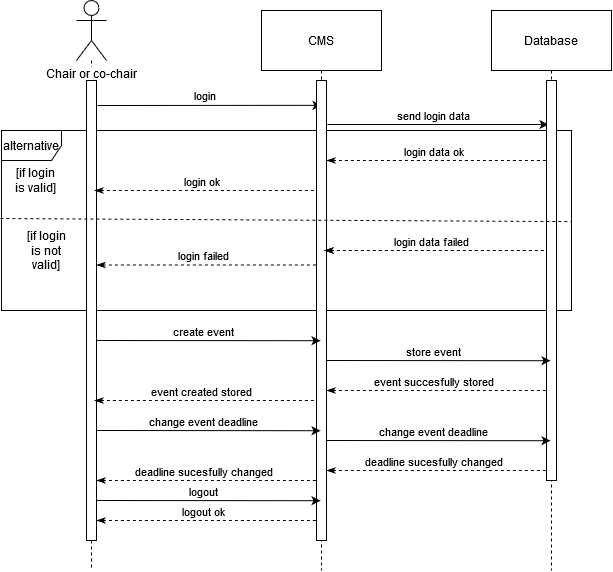
Earlier version of the draw.io export Sequence diagrams/Chair co-chair sequence diagram.png (DobosP/stackoverflow). Source tidied: cells renumbered, new cells last; positions are measured from the earlier drawing's top-left corner, leaving out a move shared by most shapes. Source of this version:
```xml
<mxGraphModel background="#ffffff">
  <root>
    <mxCell id="0" />
    <mxCell id="1" parent="0" />
    <mxCell id="2" style="edgeStyle=orthogonalEdgeStyle;rounded=0;jettySize=auto;html=1;dashed=1;endArrow=none;endFill=0;" parent="1" edge="1" source="3">
      <mxGeometry relative="1" as="geometry">
        <mxPoint x="90" y="570" as="targetPoint" />
      </mxGeometry>
    </mxCell>
    <mxCell id="3" value="Chair or co-chair" style="shape=umlActor;verticalLabelPosition=bottom;labelBackgroundColor=#ffffff;verticalAlign=top;html=1;outlineConnect=0;" parent="1" vertex="1">
      <mxGeometry x="75" width="30" height="60" as="geometry" />
    </mxCell>
    <mxCell id="4" style="edgeStyle=orthogonalEdgeStyle;rounded=0;jettySize=auto;html=1;endArrow=none;endFill=0;dashed=1;" parent="1" edge="1" source="5">
      <mxGeometry relative="1" as="geometry">
        <mxPoint x="320" y="570" as="targetPoint" />
      </mxGeometry>
    </mxCell>
    <mxCell id="5" value="CMS" style="rounded=0;whiteSpace=wrap;html=1;" parent="1" vertex="1">
      <mxGeometry x="260" y="10" width="120" height="60" as="geometry" />
    </mxCell>
    <mxCell id="6" style="edgeStyle=orthogonalEdgeStyle;rounded=0;jettySize=auto;html=1;dashed=1;endArrow=none;endFill=0;" parent="1" edge="1" source="7">
      <mxGeometry relative="1" as="geometry">
        <mxPoint x="550" y="570" as="targetPoint" />
      </mxGeometry>
    </mxCell>
    <mxCell id="7" value="Database" style="rounded=0;whiteSpace=wrap;html=1;" parent="1" vertex="1">
      <mxGeometry x="490" y="10" width="120" height="60" as="geometry" />
    </mxCell>
    <mxCell id="8" style="endArrow=classic;html=1;entryX=0.5;entryY=0.054;entryDx=0;entryDy=0;entryPerimeter=0;" parent="1" edge="1" target="14">
      <mxGeometry relative="1" as="geometry">
        <mxPoint x="96" y="105" as="sourcePoint" />
      </mxGeometry>
    </mxCell>
    <mxCell id="9" value="login" style="edgeLabel;html=1;align=center;verticalAlign=middle;" parent="8" vertex="1">
      <mxGeometry x="0.11" relative="1" as="geometry">
        <mxPoint x="-18" y="-10" as="offset" />
      </mxGeometry>
    </mxCell>
    <mxCell id="10" style="endArrow=classic;html=1;" parent="1" edge="1">
      <mxGeometry relative="1" as="geometry">
        <mxPoint x="326" y="124" as="sourcePoint" />
        <mxPoint x="547" y="124" as="targetPoint" />
      </mxGeometry>
    </mxCell>
    <mxCell id="11" value="send login data" style="edgeLabel;html=1;align=center;verticalAlign=middle;" parent="10" vertex="1">
      <mxGeometry x="0.11" relative="1" as="geometry">
        <mxPoint x="-18" y="-10" as="offset" />
      </mxGeometry>
    </mxCell>
    <mxCell id="12" value="alternative" style="shape=umlFrame;whiteSpace=wrap;html=1;" parent="1" vertex="1">
      <mxGeometry y="130" width="570" height="180" as="geometry" />
    </mxCell>
    <mxCell id="13" style="html=1;perimeter=orthogonalPerimeter;rounded=0;shadow=0;comic=0;labelBackgroundColor=none;strokeWidth=1;fontFamily=Verdana;fontSize=12;align=center;" parent="1" vertex="1">
      <mxGeometry x="85" y="80" width="10" height="460" as="geometry" />
    </mxCell>
    <mxCell id="14" style="html=1;points=[];perimeter=orthogonalPerimeter;rounded=0;shadow=0;comic=0;labelBackgroundColor=none;strokeWidth=1;fontFamily=Verdana;fontSize=12;align=center;" parent="1" vertex="1">
      <mxGeometry x="315" y="80" width="10" height="460" as="geometry" />
    </mxCell>
    <mxCell id="15" style="html=1;perimeter=orthogonalPerimeter;rounded=0;shadow=0;comic=0;labelBackgroundColor=none;strokeWidth=1;fontFamily=Verdana;fontSize=12;align=center;" parent="1" vertex="1">
      <mxGeometry x="545" y="80" width="10" height="400" as="geometry" />
    </mxCell>
    <mxCell id="16" style="endArrow=none;html=1;exitX=-0.002;exitY=0.489;exitDx=0;exitDy=0;exitPerimeter=0;dashed=1;entryX=1;entryY=0.506;entryDx=0;entryDy=0;entryPerimeter=0;" parent="1" edge="1" source="12" target="12">
      <mxGeometry relative="1" as="geometry" />
    </mxCell>
    <mxCell id="17" style="endArrow=none;html=1;entryX=0.2;entryY=0.103;entryDx=0;entryDy=0;entryPerimeter=0;exitX=1;exitY=0.103;exitDx=0;exitDy=0;exitPerimeter=0;startArrow=classicThin;startFill=1;endFill=0;dashed=1;" parent="1" edge="1">
      <mxGeometry relative="1" as="geometry">
        <mxPoint x="325" y="160" as="sourcePoint" />
        <mxPoint x="547" y="160" as="targetPoint" />
      </mxGeometry>
    </mxCell>
    <mxCell id="18" value="login data ok" style="edgeLabel;html=1;align=center;verticalAlign=middle;" parent="17" vertex="1">
      <mxGeometry x="0.11" relative="1" as="geometry">
        <mxPoint x="-18" y="-10" as="offset" />
      </mxGeometry>
    </mxCell>
    <mxCell id="19" style="endArrow=none;html=1;entryX=0.2;entryY=0.103;entryDx=0;entryDy=0;entryPerimeter=0;exitX=1;exitY=0.103;exitDx=0;exitDy=0;exitPerimeter=0;startArrow=classicThin;startFill=1;endFill=0;dashed=1;" parent="1" edge="1">
      <mxGeometry relative="1" as="geometry">
        <mxPoint x="93" y="190" as="sourcePoint" />
        <mxPoint x="315" y="190" as="targetPoint" />
      </mxGeometry>
    </mxCell>
    <mxCell id="20" value="login ok" style="edgeLabel;html=1;align=center;verticalAlign=middle;" parent="19" vertex="1">
      <mxGeometry x="0.11" relative="1" as="geometry">
        <mxPoint x="-18" y="-10" as="offset" />
      </mxGeometry>
    </mxCell>
    <mxCell id="21" style="endArrow=none;html=1;entryX=0.2;entryY=0.103;entryDx=0;entryDy=0;entryPerimeter=0;exitX=1;exitY=0.103;exitDx=0;exitDy=0;exitPerimeter=0;startArrow=classicThin;startFill=1;endFill=0;dashed=1;" parent="1" edge="1">
      <mxGeometry relative="1" as="geometry">
        <mxPoint x="323" y="250" as="sourcePoint" />
        <mxPoint x="545" y="250" as="targetPoint" />
      </mxGeometry>
    </mxCell>
    <mxCell id="22" value="login data failed" style="edgeLabel;html=1;align=center;verticalAlign=middle;" parent="21" vertex="1">
      <mxGeometry x="0.11" relative="1" as="geometry">
        <mxPoint x="-18" y="-10" as="offset" />
      </mxGeometry>
    </mxCell>
    <mxCell id="23" style="endArrow=none;html=1;entryX=0.2;entryY=0.103;entryDx=0;entryDy=0;entryPerimeter=0;exitX=1;exitY=0.103;exitDx=0;exitDy=0;exitPerimeter=0;startArrow=classicThin;startFill=1;endFill=0;dashed=1;" parent="1" edge="1">
      <mxGeometry relative="1" as="geometry">
        <mxPoint x="323" y="250" as="sourcePoint" />
        <mxPoint x="545" y="250" as="targetPoint" />
      </mxGeometry>
    </mxCell>
    <mxCell id="24" value="login data failed" style="edgeLabel;html=1;align=center;verticalAlign=middle;" parent="23" vertex="1">
      <mxGeometry x="0.11" relative="1" as="geometry">
        <mxPoint x="-18" y="-10" as="offset" />
      </mxGeometry>
    </mxCell>
    <mxCell id="25" style="endArrow=none;html=1;entryX=0.2;entryY=0.103;entryDx=0;entryDy=0;entryPerimeter=0;exitX=1;exitY=0.103;exitDx=0;exitDy=0;exitPerimeter=0;startArrow=classicThin;startFill=1;endFill=0;dashed=1;" parent="1" edge="1">
      <mxGeometry relative="1" as="geometry">
        <mxPoint x="95" y="264.5" as="sourcePoint" />
        <mxPoint x="317" y="264.5" as="targetPoint" />
      </mxGeometry>
    </mxCell>
    <mxCell id="26" value="login failed" style="edgeLabel;html=1;align=center;verticalAlign=middle;" parent="25" vertex="1">
      <mxGeometry x="0.11" relative="1" as="geometry">
        <mxPoint x="-18" y="-10" as="offset" />
      </mxGeometry>
    </mxCell>
    <mxCell id="27" value="&lt;div&gt;[if login&lt;/div&gt;&lt;div&gt;is valid]&lt;br&gt;&lt;/div&gt;" style="text;html=1;strokeColor=none;fillColor=none;align=center;verticalAlign=middle;whiteSpace=wrap;rounded=0;" parent="1" vertex="1">
      <mxGeometry x="10" y="170" width="50" height="20" as="geometry" />
    </mxCell>
    <mxCell id="28" value="&lt;div&gt;[if login&lt;/div&gt;&lt;div&gt;is not valid]&lt;br&gt;&lt;/div&gt;" style="text;html=1;strokeColor=none;fillColor=none;align=center;verticalAlign=middle;whiteSpace=wrap;rounded=0;" parent="1" vertex="1">
      <mxGeometry x="20" y="240" width="50" height="20" as="geometry" />
    </mxCell>
    <mxCell id="29" style="endArrow=classic;html=1;entryX=0.5;entryY=0.054;entryDx=0;entryDy=0;entryPerimeter=0;" parent="1" edge="1">
      <mxGeometry relative="1" as="geometry">
        <mxPoint x="95" y="340" as="sourcePoint" />
        <mxPoint x="319" y="340.2" as="targetPoint" />
      </mxGeometry>
    </mxCell>
    <mxCell id="30" value="create event" style="edgeLabel;html=1;align=center;verticalAlign=middle;" parent="29" vertex="1">
      <mxGeometry x="0.11" relative="1" as="geometry">
        <mxPoint x="-18" y="-10" as="offset" />
      </mxGeometry>
    </mxCell>
    <mxCell id="31" style="endArrow=classic;html=1;entryX=0.5;entryY=0.054;entryDx=0;entryDy=0;entryPerimeter=0;" parent="1" edge="1">
      <mxGeometry relative="1" as="geometry">
        <mxPoint x="325" y="360" as="sourcePoint" />
        <mxPoint x="549" y="360.2" as="targetPoint" />
      </mxGeometry>
    </mxCell>
    <mxCell id="32" value="store event" style="edgeLabel;html=1;align=center;verticalAlign=middle;" parent="31" vertex="1">
      <mxGeometry x="0.11" relative="1" as="geometry">
        <mxPoint x="-18" y="-10" as="offset" />
      </mxGeometry>
    </mxCell>
    <mxCell id="33" style="endArrow=classic;html=1;entryX=0.5;entryY=0.054;entryDx=0;entryDy=0;entryPerimeter=0;" parent="1" edge="1">
      <mxGeometry relative="1" as="geometry">
        <mxPoint x="95" y="430" as="sourcePoint" />
        <mxPoint x="319" y="430.2" as="targetPoint" />
      </mxGeometry>
    </mxCell>
    <mxCell id="34" value="change event deadline" style="edgeLabel;html=1;align=center;verticalAlign=middle;" parent="33" vertex="1">
      <mxGeometry x="0.11" relative="1" as="geometry">
        <mxPoint x="-18" y="-10" as="offset" />
      </mxGeometry>
    </mxCell>
    <mxCell id="35" style="endArrow=classic;html=1;entryX=0.5;entryY=0.054;entryDx=0;entryDy=0;entryPerimeter=0;" parent="1" edge="1">
      <mxGeometry relative="1" as="geometry">
        <mxPoint x="325" y="440" as="sourcePoint" />
        <mxPoint x="549" y="440.2" as="targetPoint" />
      </mxGeometry>
    </mxCell>
    <mxCell id="36" value="change event deadline" style="edgeLabel;html=1;align=center;verticalAlign=middle;" parent="35" vertex="1">
      <mxGeometry x="0.11" relative="1" as="geometry">
        <mxPoint x="-18" y="-10" as="offset" />
      </mxGeometry>
    </mxCell>
    <mxCell id="37" style="endArrow=classic;html=1;entryX=0.5;entryY=0.054;entryDx=0;entryDy=0;entryPerimeter=0;" parent="1" edge="1">
      <mxGeometry relative="1" as="geometry">
        <mxPoint x="95" y="500" as="sourcePoint" />
        <mxPoint x="319" y="500.2" as="targetPoint" />
      </mxGeometry>
    </mxCell>
    <mxCell id="38" value="logout" style="edgeLabel;html=1;align=center;verticalAlign=middle;" parent="37" vertex="1">
      <mxGeometry x="0.11" relative="1" as="geometry">
        <mxPoint x="-18" y="-10" as="offset" />
      </mxGeometry>
    </mxCell>
    <mxCell id="39" style="endArrow=none;html=1;entryX=0.2;entryY=0.103;entryDx=0;entryDy=0;entryPerimeter=0;exitX=1;exitY=0.103;exitDx=0;exitDy=0;exitPerimeter=0;startArrow=classicThin;startFill=1;endFill=0;dashed=1;" parent="1" edge="1">
      <mxGeometry relative="1" as="geometry">
        <mxPoint x="325" y="390" as="sourcePoint" />
        <mxPoint x="547" y="390" as="targetPoint" />
      </mxGeometry>
    </mxCell>
    <mxCell id="40" value="event succesfully stored" style="edgeLabel;html=1;align=center;verticalAlign=middle;" parent="39" vertex="1">
      <mxGeometry x="0.11" relative="1" as="geometry">
        <mxPoint x="-18" y="-10" as="offset" />
      </mxGeometry>
    </mxCell>
    <mxCell id="41" style="endArrow=none;html=1;entryX=0.2;entryY=0.103;entryDx=0;entryDy=0;entryPerimeter=0;exitX=1;exitY=0.103;exitDx=0;exitDy=0;exitPerimeter=0;startArrow=classicThin;startFill=1;endFill=0;dashed=1;" parent="1" edge="1">
      <mxGeometry relative="1" as="geometry">
        <mxPoint x="93" y="400" as="sourcePoint" />
        <mxPoint x="315" y="400" as="targetPoint" />
      </mxGeometry>
    </mxCell>
    <mxCell id="42" value="event created stored" style="edgeLabel;html=1;align=center;verticalAlign=middle;" parent="41" vertex="1">
      <mxGeometry x="0.11" relative="1" as="geometry">
        <mxPoint x="-18" y="-10" as="offset" />
      </mxGeometry>
    </mxCell>
    <mxCell id="43" style="endArrow=none;html=1;entryX=0.2;entryY=0.103;entryDx=0;entryDy=0;entryPerimeter=0;exitX=1;exitY=0.103;exitDx=0;exitDy=0;exitPerimeter=0;startArrow=classicThin;startFill=1;endFill=0;dashed=1;" parent="1" edge="1">
      <mxGeometry relative="1" as="geometry">
        <mxPoint x="325" y="470" as="sourcePoint" />
        <mxPoint x="547" y="470" as="targetPoint" />
      </mxGeometry>
    </mxCell>
    <mxCell id="44" value="deadline sucesfully changed" style="edgeLabel;html=1;align=center;verticalAlign=middle;" parent="43" vertex="1">
      <mxGeometry x="0.11" relative="1" as="geometry">
        <mxPoint x="-18" y="-10" as="offset" />
      </mxGeometry>
    </mxCell>
    <mxCell id="45" style="endArrow=none;html=1;entryX=0.2;entryY=0.103;entryDx=0;entryDy=0;entryPerimeter=0;exitX=1;exitY=0.103;exitDx=0;exitDy=0;exitPerimeter=0;startArrow=classicThin;startFill=1;endFill=0;dashed=1;" parent="1" edge="1">
      <mxGeometry relative="1" as="geometry">
        <mxPoint x="95" y="480" as="sourcePoint" />
        <mxPoint x="317" y="480" as="targetPoint" />
      </mxGeometry>
    </mxCell>
    <mxCell id="46" value="deadline sucesfully changed" style="edgeLabel;html=1;align=center;verticalAlign=middle;" parent="45" vertex="1">
      <mxGeometry x="0.11" relative="1" as="geometry">
        <mxPoint x="-18" y="-10" as="offset" />
      </mxGeometry>
    </mxCell>
    <mxCell id="47" style="endArrow=none;html=1;entryX=0.2;entryY=0.103;entryDx=0;entryDy=0;entryPerimeter=0;exitX=1;exitY=0.103;exitDx=0;exitDy=0;exitPerimeter=0;startArrow=classicThin;startFill=1;endFill=0;dashed=1;" parent="1" edge="1">
      <mxGeometry relative="1" as="geometry">
        <mxPoint x="95" y="520" as="sourcePoint" />
        <mxPoint x="317" y="520" as="targetPoint" />
      </mxGeometry>
    </mxCell>
    <mxCell id="48" value="logout ok" style="edgeLabel;html=1;align=center;verticalAlign=middle;" parent="47" vertex="1">
      <mxGeometry x="0.11" relative="1" as="geometry">
        <mxPoint x="-18" y="-10" as="offset" />
      </mxGeometry>
    </mxCell>
  </root>
</mxGraphModel>
```
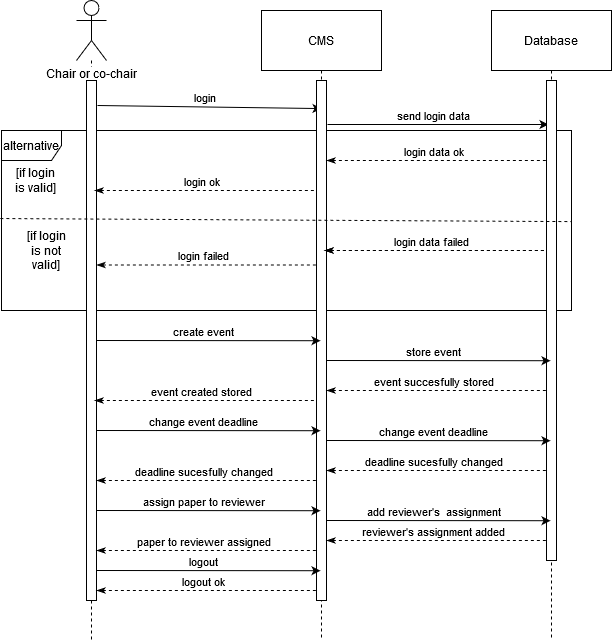
Above is the later version.

Change to the diagram source:
```diff
@@ -4,7 +4,7 @@
     <mxCell id="1" parent="0" />
     <mxCell id="2" style="edgeStyle=orthogonalEdgeStyle;rounded=0;jettySize=auto;html=1;dashed=1;endArrow=none;endFill=0;" parent="1" edge="1" source="3">
       <mxGeometry relative="1" as="geometry">
-        <mxPoint x="90" y="570" as="targetPoint" />
+        <mxPoint x="90" y="640" as="targetPoint" />
       </mxGeometry>
     </mxCell>
     <mxCell id="3" value="Chair or co-chair" style="shape=umlActor;verticalLabelPosition=bottom;labelBackgroundColor=#ffffff;verticalAlign=top;html=1;outlineConnect=0;" parent="1" vertex="1">
@@ -12,7 +12,7 @@
     </mxCell>
     <mxCell id="4" style="edgeStyle=orthogonalEdgeStyle;rounded=0;jettySize=auto;html=1;endArrow=none;endFill=0;dashed=1;" parent="1" edge="1" source="5">
       <mxGeometry relative="1" as="geometry">
-        <mxPoint x="320" y="570" as="targetPoint" />
+        <mxPoint x="320" y="640" as="targetPoint" />
       </mxGeometry>
     </mxCell>
     <mxCell id="5" value="CMS" style="rounded=0;whiteSpace=wrap;html=1;" parent="1" vertex="1">
@@ -20,7 +20,7 @@
     </mxCell>
     <mxCell id="6" style="edgeStyle=orthogonalEdgeStyle;rounded=0;jettySize=auto;html=1;dashed=1;endArrow=none;endFill=0;" parent="1" edge="1" source="7">
       <mxGeometry relative="1" as="geometry">
-        <mxPoint x="550" y="570" as="targetPoint" />
+        <mxPoint x="550" y="640" as="targetPoint" />
       </mxGeometry>
     </mxCell>
     <mxCell id="7" value="Database" style="rounded=0;whiteSpace=wrap;html=1;" parent="1" vertex="1">
@@ -51,13 +51,13 @@
       <mxGeometry y="130" width="570" height="180" as="geometry" />
     </mxCell>
     <mxCell id="13" style="html=1;perimeter=orthogonalPerimeter;rounded=0;shadow=0;comic=0;labelBackgroundColor=none;strokeWidth=1;fontFamily=Verdana;fontSize=12;align=center;" parent="1" vertex="1">
-      <mxGeometry x="85" y="80" width="10" height="460" as="geometry" />
+      <mxGeometry x="85" y="80" width="10" height="520" as="geometry" />
     </mxCell>
     <mxCell id="14" style="html=1;points=[];perimeter=orthogonalPerimeter;rounded=0;shadow=0;comic=0;labelBackgroundColor=none;strokeWidth=1;fontFamily=Verdana;fontSize=12;align=center;" parent="1" vertex="1">
-      <mxGeometry x="315" y="80" width="10" height="460" as="geometry" />
+      <mxGeometry x="315" y="80" width="10" height="520" as="geometry" />
     </mxCell>
     <mxCell id="15" style="html=1;perimeter=orthogonalPerimeter;rounded=0;shadow=0;comic=0;labelBackgroundColor=none;strokeWidth=1;fontFamily=Verdana;fontSize=12;align=center;" parent="1" vertex="1">
-      <mxGeometry x="545" y="80" width="10" height="400" as="geometry" />
+      <mxGeometry x="545" y="80" width="10" height="480" as="geometry" />
     </mxCell>
     <mxCell id="16" style="endArrow=none;html=1;exitX=-0.002;exitY=0.489;exitDx=0;exitDy=0;exitPerimeter=0;dashed=1;entryX=1;entryY=0.506;entryDx=0;entryDy=0;entryPerimeter=0;" parent="1" edge="1" source="12" target="12">
       <mxGeometry relative="1" as="geometry" />
@@ -169,8 +169,8 @@
     </mxCell>
     <mxCell id="37" style="endArrow=classic;html=1;entryX=0.5;entryY=0.054;entryDx=0;entryDy=0;entryPerimeter=0;" parent="1" edge="1">
       <mxGeometry relative="1" as="geometry">
-        <mxPoint x="95" y="500" as="sourcePoint" />
-        <mxPoint x="319" y="500.2" as="targetPoint" />
+        <mxPoint x="95" y="570" as="sourcePoint" />
+        <mxPoint x="319" y="570.2" as="targetPoint" />
       </mxGeometry>
     </mxCell>
     <mxCell id="38" value="logout" style="edgeLabel;html=1;align=center;verticalAlign=middle;" parent="37" vertex="1">
@@ -224,8 +224,8 @@
     </mxCell>
     <mxCell id="47" style="endArrow=none;html=1;entryX=0.2;entryY=0.103;entryDx=0;entryDy=0;entryPerimeter=0;exitX=1;exitY=0.103;exitDx=0;exitDy=0;exitPerimeter=0;startArrow=classicThin;startFill=1;endFill=0;dashed=1;" parent="1" edge="1">
       <mxGeometry relative="1" as="geometry">
-        <mxPoint x="95" y="520" as="sourcePoint" />
-        <mxPoint x="317" y="520" as="targetPoint" />
+        <mxPoint x="95" y="590" as="sourcePoint" />
+        <mxPoint x="317" y="590" as="targetPoint" />
       </mxGeometry>
     </mxCell>
     <mxCell id="48" value="logout ok" style="edgeLabel;html=1;align=center;verticalAlign=middle;" parent="47" vertex="1">
@@ -233,5 +233,49 @@
         <mxPoint x="-18" y="-10" as="offset" />
       </mxGeometry>
     </mxCell>
+    <mxCell id="49" style="endArrow=classic;html=1;entryX=0.5;entryY=0.054;entryDx=0;entryDy=0;entryPerimeter=0;" parent="1" edge="1">
+      <mxGeometry relative="1" as="geometry">
+        <mxPoint x="95" y="510" as="sourcePoint" />
+        <mxPoint x="319" y="510.2" as="targetPoint" />
+      </mxGeometry>
+    </mxCell>
+    <mxCell id="50" value="assign paper to reviewer" style="edgeLabel;html=1;align=center;verticalAlign=middle;" parent="49" vertex="1">
+      <mxGeometry x="0.11" relative="1" as="geometry">
+        <mxPoint x="-18" y="-10" as="offset" />
+      </mxGeometry>
+    </mxCell>
+    <mxCell id="51" style="endArrow=classic;html=1;entryX=0.5;entryY=0.054;entryDx=0;entryDy=0;entryPerimeter=0;" parent="1" edge="1">
+      <mxGeometry relative="1" as="geometry">
+        <mxPoint x="325" y="520" as="sourcePoint" />
+        <mxPoint x="549" y="520.2" as="targetPoint" />
+      </mxGeometry>
+    </mxCell>
+    <mxCell id="52" value="add reviewer's&amp;nbsp; assignment" style="edgeLabel;html=1;align=center;verticalAlign=middle;" parent="51" vertex="1">
+      <mxGeometry x="0.11" relative="1" as="geometry">
+        <mxPoint x="-18" y="-10" as="offset" />
+      </mxGeometry>
+    </mxCell>
+    <mxCell id="53" style="endArrow=none;html=1;entryX=0.2;entryY=0.103;entryDx=0;entryDy=0;entryPerimeter=0;exitX=1;exitY=0.103;exitDx=0;exitDy=0;exitPerimeter=0;startArrow=classicThin;startFill=1;endFill=0;dashed=1;" parent="1" edge="1">
+      <mxGeometry relative="1" as="geometry">
+        <mxPoint x="325" y="540" as="sourcePoint" />
+        <mxPoint x="547" y="540" as="targetPoint" />
+      </mxGeometry>
+    </mxCell>
+    <mxCell id="54" value="reviewer's assignment added" style="edgeLabel;html=1;align=center;verticalAlign=middle;" parent="53" vertex="1">
+      <mxGeometry x="0.11" relative="1" as="geometry">
+        <mxPoint x="-18" y="-10" as="offset" />
+      </mxGeometry>
+    </mxCell>
+    <mxCell id="55" style="endArrow=none;html=1;entryX=0.2;entryY=0.103;entryDx=0;entryDy=0;entryPerimeter=0;exitX=1;exitY=0.103;exitDx=0;exitDy=0;exitPerimeter=0;startArrow=classicThin;startFill=1;endFill=0;dashed=1;" parent="1" edge="1">
+      <mxGeometry relative="1" as="geometry">
+        <mxPoint x="95" y="550" as="sourcePoint" />
+        <mxPoint x="317" y="550" as="targetPoint" />
+      </mxGeometry>
+    </mxCell>
+    <mxCell id="56" value="paper to reviewer assigned" style="edgeLabel;html=1;align=center;verticalAlign=middle;" parent="55" vertex="1">
+      <mxGeometry x="0.11" relative="1" as="geometry">
+        <mxPoint x="-18" y="-10" as="offset" />
+      </mxGeometry>
+    </mxCell>
   </root>
 </mxGraphModel>
```
